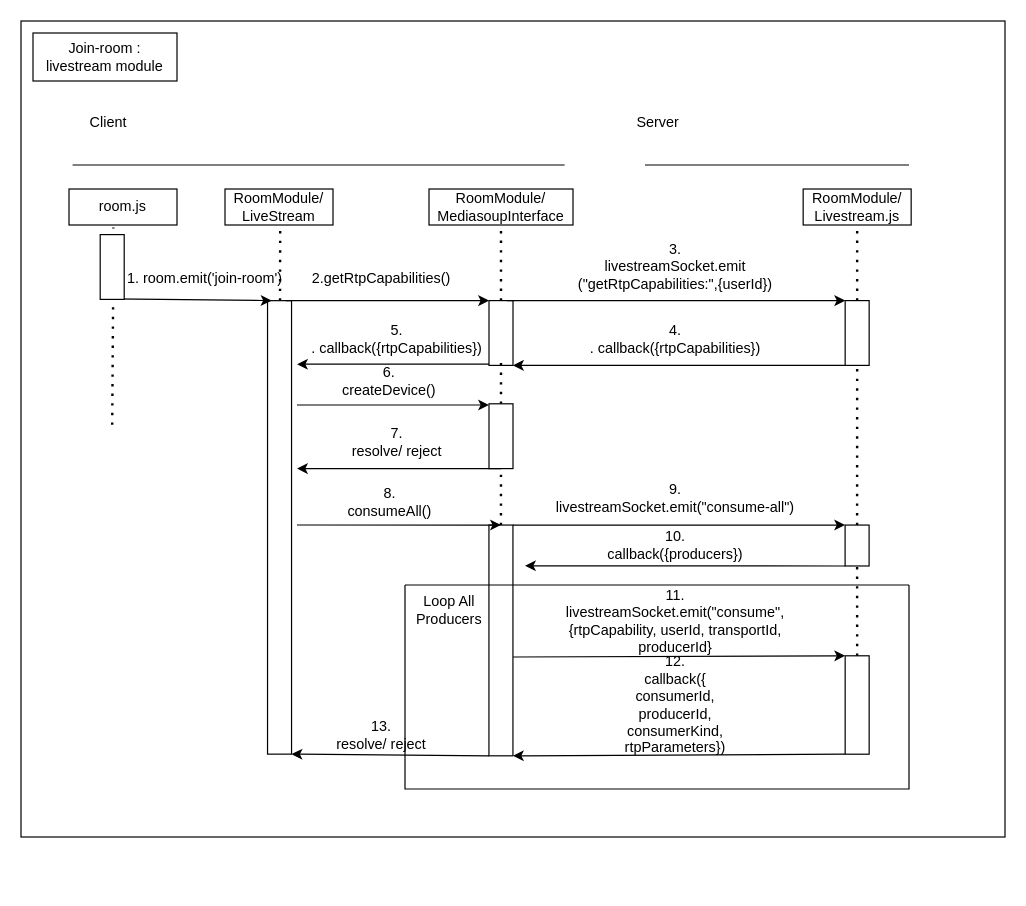
doremi31618/Assets keeps this draw.io diagram as classroom-ultra-sequence diagram-krpanoroom.drawio. Above is the earlier version. Source tidied: cells renumbered, new cells numbered last; positions are measured from the earlier drawing's top-left corner, leaving out a move shared by most shapes. Both pictures are drawn from the tidied source at 120%, with x=0, y=0 at pixel (20, 20).
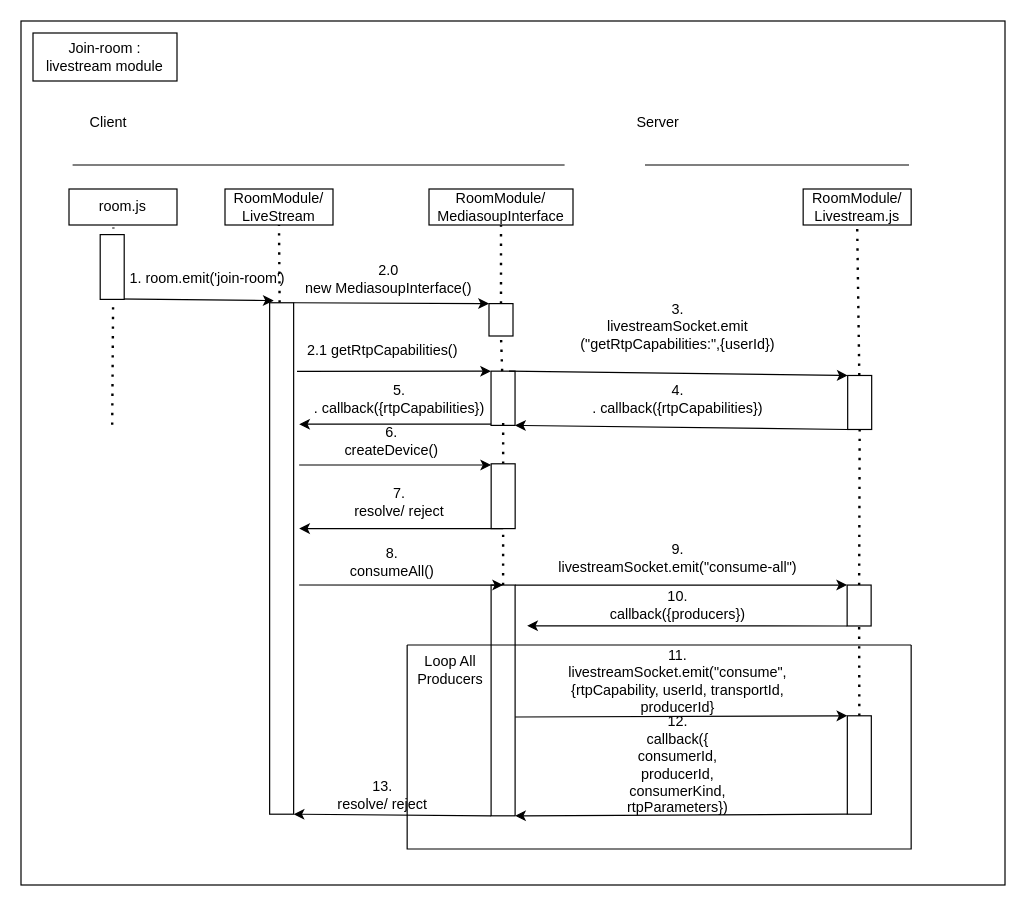
Above is the later version.

The change refers to these unchanged cells:
```xml
<mxCell id="15" value="RoomModule/&lt;br&gt;LiveStream" style="rounded=0;whiteSpace=wrap;html=1;" parent="1" vertex="1">
  <mxGeometry x="170" y="140" width="90" height="30" as="geometry" />
</mxCell>
<mxCell id="23" value="RoomModule/&lt;br&gt;MediasoupInterface" style="rounded=0;whiteSpace=wrap;html=1;" parent="1" vertex="1">
  <mxGeometry x="340" y="140" width="120" height="30" as="geometry" />
</mxCell>
<mxCell id="49" style="rounded=0;whiteSpace=wrap;html=1;rotation=90;" parent="47" vertex="1">
  <mxGeometry x="335.8" y="90" width="82" height="20" as="geometry" />
</mxCell>
```

What changed in the source:
```diff
@@
     <mxCell id="2" style="rounded=0;whiteSpace=wrap;html=1;" parent="1" vertex="1">
-      <mxGeometry width="820" height="680" as="geometry" />
+      <mxGeometry width="820" height="720" as="geometry" />
     </mxCell>
-    <mxCell id="3" style="endArrow=none;dashed=1;html=1;dashPattern=1 3;strokeWidth=2;rounded=0;entryX=0.5;entryY=1;entryDx=0;entryDy=0;startArrow=none;" parent="1" edge="1" source="16">
-      <mxGeometry relative="1" as="geometry">
-        <mxPoint x="216" y="170" as="targetPoint" />
-      </mxGeometry>
+    <mxCell id="3" style="endArrow=none;dashed=1;html=1;dashPattern=1 3;strokeWidth=2;rounded=0;entryX=0.5;entryY=1;entryDx=0;entryDy=0;startArrow=none;" parent="1" edge="1" source="16" target="15">
+      <mxGeometry relative="1" as="geometry" />
     </mxCell>
@@
     <mxCell id="16" style="rounded=0;whiteSpace=wrap;html=1;rotation=90;" parent="1" vertex="1">
-      <mxGeometry x="26.5" y="412" width="377.9" height="20" as="geometry" />
+      <mxGeometry x="4.1" y="437.9" width="426.2" height="20" as="geometry" />
     </mxCell>
@@
     <mxCell id="18" value="1. room.emit('join-room')" style="text;strokeColor=none;align=center;fillColor=none;html=1;verticalAlign=middle;whiteSpace=wrap;rounded=0;" parent="1" vertex="1">
-      <mxGeometry x="80" y="200" width="146.5" height="30" as="geometry" />
+      <mxGeometry x="81.8" y="200" width="146.5" height="30" as="geometry" />
     </mxCell>
-    <mxCell id="19" style="endArrow=classic;html=1;rounded=0;exitX=0;exitY=0.25;exitDx=0;exitDy=0;entryX=0;entryY=1;entryDx=0;entryDy=0;" parent="1" edge="1" source="16" target="25">
-      <mxGeometry relative="1" as="geometry" />
+    <mxCell id="19" style="endArrow=classic;html=1;rounded=0;entryX=0;entryY=1;entryDx=0;entryDy=0;" parent="1" edge="1" target="25">
+      <mxGeometry relative="1" as="geometry">
+        <mxPoint x="230" y="292" as="sourcePoint" />
+      </mxGeometry>
     </mxCell>
-    <mxCell id="20" value="2.getRtpCapabilities()" style="text;strokeColor=none;align=center;fillColor=none;html=1;verticalAlign=middle;whiteSpace=wrap;rounded=0;" parent="1" vertex="1">
-      <mxGeometry x="226.5" y="200" width="146.5" height="30" as="geometry" />
+    <mxCell id="20" value="2.1 getRtpCapabilities()" style="text;strokeColor=none;align=center;fillColor=none;html=1;verticalAlign=middle;whiteSpace=wrap;rounded=0;" parent="1" vertex="1">
+      <mxGeometry x="228.2" y="260" width="146.5" height="30" as="geometry" />
     </mxCell>
@@
     <mxCell id="22" value="4.&lt;br&gt;. callback({rtpCapabilities})" style="text;strokeColor=none;align=center;fillColor=none;html=1;verticalAlign=middle;whiteSpace=wrap;rounded=0;" parent="1" vertex="1">
-      <mxGeometry x="472" y="250" width="146.5" height="30" as="geometry" />
+      <mxGeometry x="473.8" y="300" width="146.5" height="30" as="geometry" />
     </mxCell>
@@
-    <mxCell id="24" style="endArrow=none;dashed=1;html=1;dashPattern=1 3;strokeWidth=2;rounded=0;entryX=0.5;entryY=1;entryDx=0;entryDy=0;startArrow=none;" parent="1" edge="1" source="25" target="23">
+    <mxCell id="24" style="endArrow=none;dashed=1;html=1;dashPattern=1 3;strokeWidth=2;rounded=0;entryX=0.5;entryY=1;entryDx=0;entryDy=0;startArrow=none;" parent="1" edge="1" source="59" target="23">
       <mxGeometry relative="1" as="geometry" />
     </mxCell>
     <mxCell id="25" style="rounded=0;whiteSpace=wrap;html=1;rotation=90;" parent="1" vertex="1">
-      <mxGeometry x="373" y="250" width="54" height="20" as="geometry" />
+      <mxGeometry x="379.1" y="304.4" width="45.2" height="20" as="geometry" />
     </mxCell>
     <mxCell id="26" style="endArrow=none;dashed=1;html=1;dashPattern=1 3;strokeWidth=2;rounded=0;startArrow=none;" parent="1" edge="1" source="33">
       <mxGeometry relative="1" as="geometry">
-        <mxPoint x="400" y="280" as="targetPoint" />
+        <mxPoint x="401.8" y="330" as="targetPoint" />
       </mxGeometry>
     </mxCell>
-    <mxCell id="27" style="rounded=0;whiteSpace=wrap;html=1;rotation=90;" parent="1" vertex="1">
-      <mxGeometry x="669.8" y="250" width="54" height="20" as="geometry" />
+    <mxCell id="27" style="rounded=0;whiteSpace=wrap;html=1;rotation=90;spacing=4;" parent="1" vertex="1">
+      <mxGeometry x="676.4" y="307.9" width="45" height="20" as="geometry" />
     </mxCell>
@@
     <mxCell id="30" value="3.&lt;br&gt;livestreamSocket.emit&lt;br&gt;(&quot;getRtpCapabilities:&quot;,{userId})" style="text;strokeColor=none;align=center;fillColor=none;html=1;verticalAlign=middle;whiteSpace=wrap;rounded=0;" parent="1" vertex="1">
-      <mxGeometry x="438.8" y="190" width="213" height="30" as="geometry" />
+      <mxGeometry x="440.5" y="240" width="213" height="30" as="geometry" />
     </mxCell>
     <mxCell id="31" style="endArrow=classic;html=1;rounded=0;" parent="1" edge="1">
       <mxGeometry relative="1" as="geometry">
-        <mxPoint x="390" y="286" as="sourcePoint" />
-        <mxPoint x="230" y="286" as="targetPoint" />
+        <mxPoint x="391.8" y="336" as="sourcePoint" />
+        <mxPoint x="231.8" y="336" as="targetPoint" />
       </mxGeometry>
     </mxCell>
     <mxCell id="32" value="5.&lt;br&gt;. callback({rtpCapabilities})" style="text;strokeColor=none;align=center;fillColor=none;html=1;verticalAlign=middle;whiteSpace=wrap;rounded=0;" parent="1" vertex="1">
-      <mxGeometry x="240" y="250" width="146.5" height="30" as="geometry" />
+      <mxGeometry x="241.8" y="300" width="146.5" height="30" as="geometry" />
     </mxCell>
     <mxCell id="33" style="rounded=0;whiteSpace=wrap;html=1;rotation=90;" parent="1" vertex="1">
-      <mxGeometry x="373" y="336" width="54" height="20" as="geometry" />
+      <mxGeometry x="374.8" y="386" width="54" height="20" as="geometry" />
     </mxCell>
     <mxCell id="34" style="endArrow=classic;html=1;rounded=0;startArrow=none;" parent="1" edge="1">
       <mxGeometry relative="1" as="geometry">
-        <mxPoint x="230" y="320" as="sourcePoint" />
-        <mxPoint x="390" y="320" as="targetPoint" />
+        <mxPoint x="231.8" y="370" as="sourcePoint" />
+        <mxPoint x="391.8" y="370" as="targetPoint" />
       </mxGeometry>
     </mxCell>
     <mxCell id="35" style="endArrow=classic;html=1;rounded=0;exitX=1;exitY=0.5;exitDx=0;exitDy=0;" parent="1" edge="1" source="33">
       <mxGeometry relative="1" as="geometry">
-        <mxPoint x="230" y="373" as="targetPoint" />
+        <mxPoint x="231.8" y="423" as="targetPoint" />
       </mxGeometry>
     </mxCell>
     <mxCell id="36" value="7.&lt;br&gt;resolve/ reject" style="text;strokeColor=none;align=center;fillColor=none;html=1;verticalAlign=middle;whiteSpace=wrap;rounded=0;rotation=0;" parent="1" vertex="1">
-      <mxGeometry x="240" y="336" width="146.5" height="30" as="geometry" />
+      <mxGeometry x="241.8" y="386" width="146.5" height="30" as="geometry" />
     </mxCell>
     <mxCell id="37" style="rounded=0;whiteSpace=wrap;html=1;rotation=90;" parent="1" vertex="1">
-      <mxGeometry x="303.8" y="506.2" width="192.3" height="20" as="geometry" />
+      <mxGeometry x="305.6" y="556.2" width="192.3" height="20" as="geometry" />
     </mxCell>
     <mxCell id="38" style="endArrow=classic;html=1;rounded=0;entryX=0;entryY=0.5;entryDx=0;entryDy=0;" parent="1" edge="1" target="37">
       <mxGeometry relative="1" as="geometry">
-        <mxPoint x="230" y="420" as="sourcePoint" />
+        <mxPoint x="231.8" y="470" as="sourcePoint" />
       </mxGeometry>
     </mxCell>
     <mxCell id="39" value="8.&lt;br&gt;consumeAll()" style="text;strokeColor=none;align=center;fillColor=none;html=1;verticalAlign=middle;whiteSpace=wrap;rounded=0;" parent="1" vertex="1">
-      <mxGeometry x="234.2" y="386" width="146.5" height="30" as="geometry" />
+      <mxGeometry x="236" y="436" width="146.5" height="30" as="geometry" />
     </mxCell>
     <mxCell id="40" style="rounded=0;whiteSpace=wrap;html=1;rotation=90;" parent="1" vertex="1">
-      <mxGeometry x="679.7" y="427.1" width="34.1" height="20" as="geometry" />
+      <mxGeometry x="681.4" y="477.1" width="34.1" height="20" as="geometry" />
     </mxCell>
@@
     <mxCell id="42" value="6.&lt;br&gt;createDevice()" style="text;strokeColor=none;align=center;fillColor=none;html=1;verticalAlign=middle;whiteSpace=wrap;rounded=0;" parent="1" vertex="1">
-      <mxGeometry x="234.2" y="290" width="145.8" height="20" as="geometry" />
+      <mxGeometry x="236" y="340" width="145.8" height="20" as="geometry" />
     </mxCell>
     <mxCell id="43" value="9.&lt;br&gt;livestreamSocket.emit(&quot;consume-all&quot;)" style="text;strokeColor=none;align=center;fillColor=none;html=1;verticalAlign=middle;whiteSpace=wrap;rounded=0;" parent="1" vertex="1">
-      <mxGeometry x="428.9" y="380" width="232.8" height="36" as="geometry" />
+      <mxGeometry x="430.6" y="430" width="232.8" height="36" as="geometry" />
     </mxCell>
     <mxCell id="44" style="endArrow=classic;html=1;rounded=0;exitX=1;exitY=1;exitDx=0;exitDy=0;" parent="1" edge="1" source="40">
       <mxGeometry relative="1" as="geometry">
-        <mxPoint x="420" y="454" as="targetPoint" />
+        <mxPoint x="421.8" y="504" as="targetPoint" />
       </mxGeometry>
     </mxCell>
     <mxCell id="45" value="10.&lt;br&gt;callback({producers})" style="text;strokeColor=none;align=center;fillColor=none;html=1;verticalAlign=middle;whiteSpace=wrap;rounded=0;" parent="1" vertex="1">
-      <mxGeometry x="428.9" y="419.1" width="232.8" height="36" as="geometry" />
+      <mxGeometry x="430.6" y="469.1" width="232.8" height="36" as="geometry" />
     </mxCell>
     <mxCell id="46" style="endArrow=classic;html=1;rounded=0;entryX=0;entryY=1;entryDx=0;entryDy=0;" parent="1" edge="1" target="49">
       <mxGeometry relative="1" as="geometry">
-        <mxPoint x="410" y="530" as="sourcePoint" />
+        <mxPoint x="411.8" y="580" as="sourcePoint" />
       </mxGeometry>
     </mxCell>
     <mxCell id="47" style="swimlane;startSize=0;" parent="1" vertex="1">
-      <mxGeometry x="320" y="470" width="420" height="170" as="geometry" />
+      <mxGeometry x="321.8" y="520" width="420" height="170" as="geometry" />
     </mxCell>
@@
     <mxCell id="51" value="11.&lt;br&gt;livestreamSocket.emit(&quot;consume&quot;, {rtpCapability, userId, transportId, producerId}" style="text;strokeColor=none;align=center;fillColor=none;html=1;verticalAlign=middle;whiteSpace=wrap;rounded=0;" parent="1" vertex="1">
-      <mxGeometry x="428.9" y="482" width="232.8" height="36" as="geometry" />
+      <mxGeometry x="430.6" y="532" width="232.8" height="36" as="geometry" />
     </mxCell>
@@
     <mxCell id="54" value="13.&lt;br&gt;resolve/ reject" style="text;strokeColor=none;align=center;fillColor=none;html=1;verticalAlign=middle;whiteSpace=wrap;rounded=0;rotation=0;" parent="1" vertex="1">
-      <mxGeometry x="226.5" y="580" width="146.5" height="30" as="geometry" />
+      <mxGeometry x="228.2" y="630" width="146.5" height="30" as="geometry" />
     </mxCell>
@@
+    <mxCell id="58" style="endArrow=none;dashed=1;html=1;dashPattern=1 3;strokeWidth=2;rounded=0;entryX=1;entryY=0.5;entryDx=0;entryDy=0;startArrow=none;" parent="1" edge="1" source="25" target="59">
+      <mxGeometry relative="1" as="geometry" />
+    </mxCell>
+    <mxCell id="59" style="rounded=0;whiteSpace=wrap;html=1;rotation=90;" parent="1" vertex="1">
+      <mxGeometry x="386.5" y="239" width="27" height="20" as="geometry" />
+    </mxCell>
+    <mxCell id="60" style="endArrow=classic;html=1;rounded=0;exitX=0;exitY=0;exitDx=0;exitDy=0;entryX=0;entryY=1;entryDx=0;entryDy=0;" parent="1" edge="1" source="16" target="59">
+      <mxGeometry relative="1" as="geometry" />
+    </mxCell>
+    <mxCell id="61" value="2.0&lt;br&gt;new MediasoupInterface()" style="text;strokeColor=none;align=center;fillColor=none;html=1;verticalAlign=middle;whiteSpace=wrap;rounded=0;" parent="1" vertex="1">
+      <mxGeometry x="232.6" y="200" width="146.5" height="30" as="geometry" />
+    </mxCell>
```
